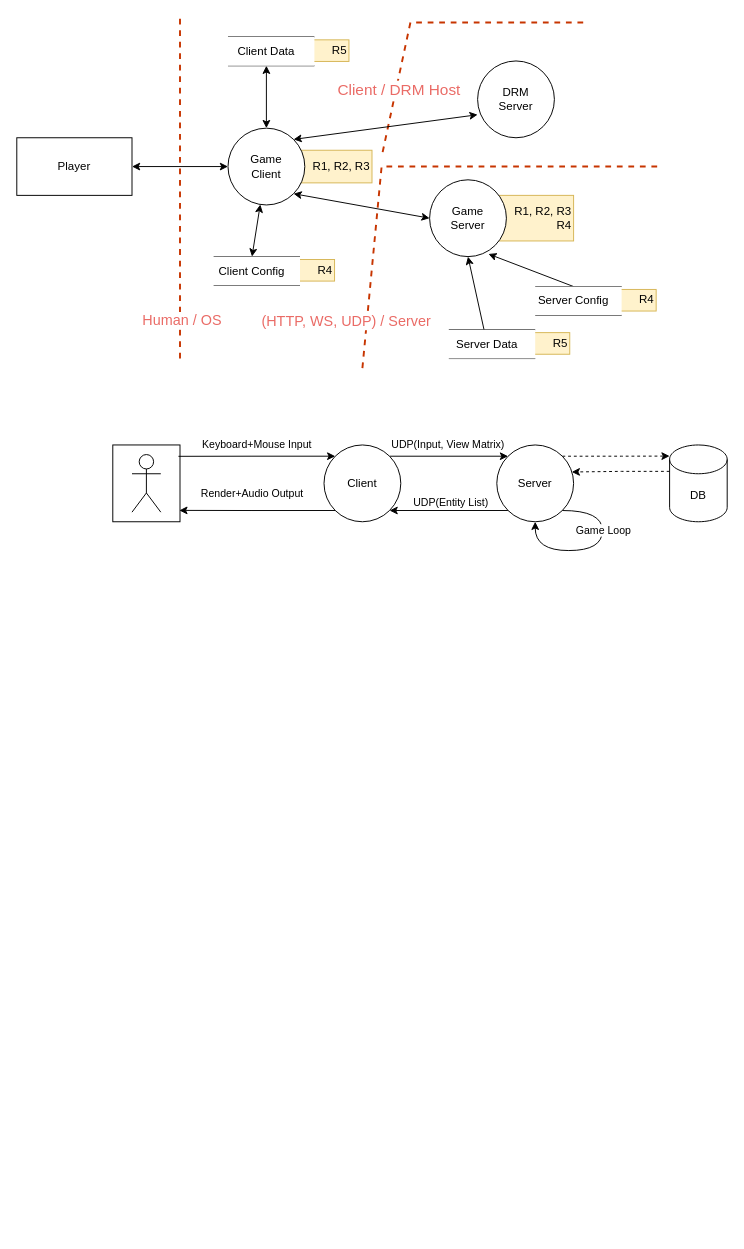
The draw.io diagram fps/diagram.drawio in magley/game-threat-model, before the edit. Source tidied: cells renumbered, new cells numbered last; positions are measured from the earlier drawing's top-left corner, leaving out a move shared by most shapes. Both pictures are drawn from the tidied source at 96%, with x=0, y=0 at pixel (16, 17).
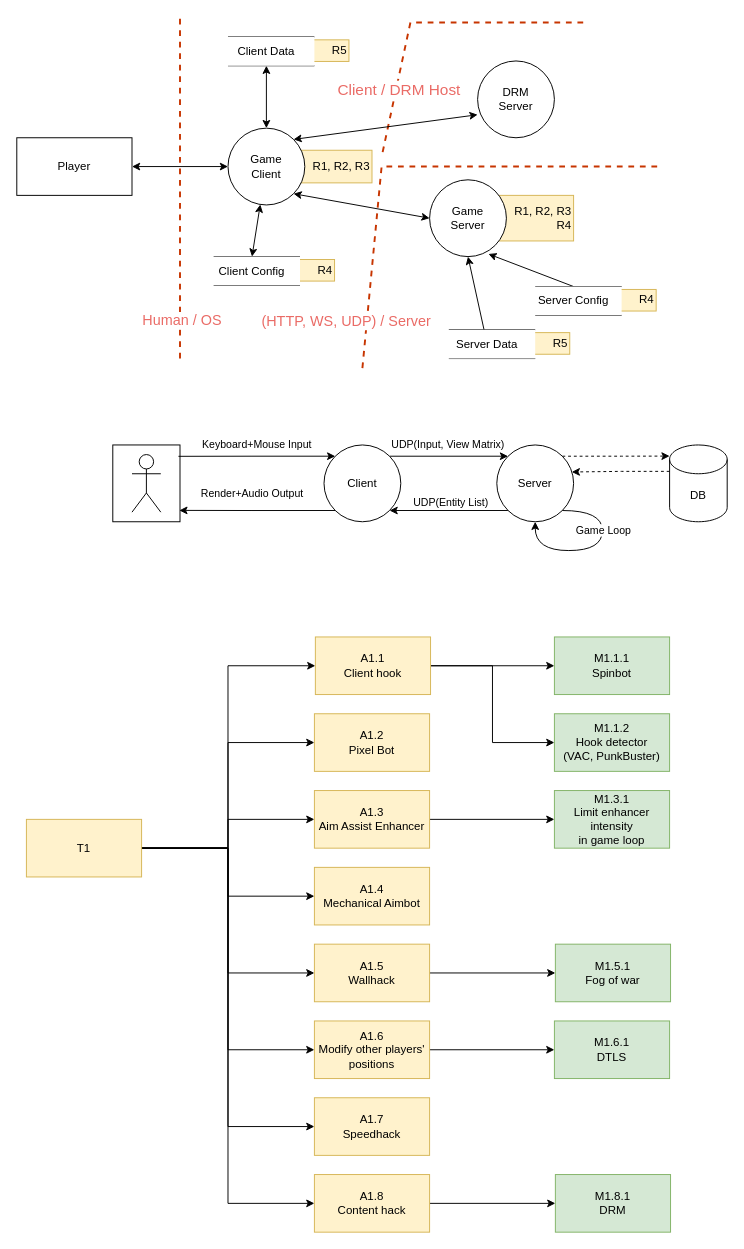
Above is the later version.

Diff of the diagram source:
```diff
@@
+    <mxCell id="54" style="edgeStyle=orthogonalEdgeStyle;rounded=0;jettySize=auto;html=1;entryX=0;entryY=0.5;entryDx=0;entryDy=0;" parent="1" edge="1" source="62" target="67">
+      <mxGeometry relative="1" as="geometry">
+        <Array as="points">
+          <mxPoint x="220" y="865" />
+          <mxPoint x="220" y="675" />
+        </Array>
+      </mxGeometry>
+    </mxCell>
+    <mxCell id="55" style="edgeStyle=orthogonalEdgeStyle;rounded=0;jettySize=auto;html=1;exitX=1;exitY=0.5;exitDx=0;exitDy=0;entryX=0;entryY=0.5;entryDx=0;entryDy=0;" parent="1" edge="1" source="62" target="68">
+      <mxGeometry relative="1" as="geometry" />
+    </mxCell>
+    <mxCell id="56" style="edgeStyle=orthogonalEdgeStyle;rounded=0;jettySize=auto;html=1;exitX=1;exitY=0.5;exitDx=0;exitDy=0;entryX=0;entryY=0.5;entryDx=0;entryDy=0;" parent="1" edge="1" source="62" target="72">
+      <mxGeometry relative="1" as="geometry" />
+    </mxCell>
+    <mxCell id="57" style="edgeStyle=orthogonalEdgeStyle;rounded=0;jettySize=auto;html=1;exitX=1;exitY=0.5;exitDx=0;exitDy=0;entryX=0;entryY=0.5;entryDx=0;entryDy=0;" parent="1" edge="1" source="62" target="73">
+      <mxGeometry relative="1" as="geometry" />
+    </mxCell>
+    <mxCell id="58" style="edgeStyle=orthogonalEdgeStyle;rounded=0;jettySize=auto;html=1;exitX=1;exitY=0.5;exitDx=0;exitDy=0;entryX=0;entryY=0.5;entryDx=0;entryDy=0;" parent="1" edge="1" source="62" target="64">
+      <mxGeometry relative="1" as="geometry" />
+    </mxCell>
+    <mxCell id="59" style="edgeStyle=orthogonalEdgeStyle;rounded=0;jettySize=auto;html=1;exitX=1;exitY=0.5;exitDx=0;exitDy=0;entryX=0;entryY=0.5;entryDx=0;entryDy=0;" parent="1" edge="1" source="62" target="70">
+      <mxGeometry relative="1" as="geometry" />
+    </mxCell>
+    <mxCell id="60" style="edgeStyle=orthogonalEdgeStyle;rounded=0;jettySize=auto;html=1;entryX=0;entryY=0.5;entryDx=0;entryDy=0;" parent="1" edge="1" source="62" target="74">
+      <mxGeometry relative="1" as="geometry" />
+    </mxCell>
+    <mxCell id="61" style="edgeStyle=orthogonalEdgeStyle;rounded=0;jettySize=auto;html=1;exitX=1;exitY=0.5;exitDx=0;exitDy=0;entryX=0;entryY=0.5;entryDx=0;entryDy=0;" parent="1" edge="1" source="62" target="77">
+      <mxGeometry relative="1" as="geometry" />
+    </mxCell>
+    <mxCell id="62" value="T1" style="rounded=0;whiteSpace=wrap;html=1;fillColor=#fff2cc;strokeColor=#d6b656;" parent="1" vertex="1">
+      <mxGeometry x="10" y="835" width="120" height="60" as="geometry" />
+    </mxCell>
+    <mxCell id="63" style="edgeStyle=orthogonalEdgeStyle;rounded=0;jettySize=auto;html=1;exitX=1;exitY=0.5;exitDx=0;exitDy=0;" parent="1" edge="1" source="64" target="79">
+      <mxGeometry relative="1" as="geometry" />
+    </mxCell>
+    <mxCell id="64" value="A1.5&lt;div&gt;Wallhack&lt;/div&gt;" style="rounded=0;whiteSpace=wrap;html=1;fillColor=#fff2cc;strokeColor=#d6b656;" parent="1" vertex="1">
+      <mxGeometry x="310" y="965" width="120" height="60" as="geometry" />
+    </mxCell>
+    <mxCell id="65" style="edgeStyle=orthogonalEdgeStyle;rounded=0;jettySize=auto;html=1;entryX=0;entryY=0.5;entryDx=0;entryDy=0;" parent="1" edge="1" source="67" target="75">
+      <mxGeometry relative="1" as="geometry" />
+    </mxCell>
+    <mxCell id="66" style="edgeStyle=orthogonalEdgeStyle;rounded=0;jettySize=auto;html=1;exitX=1;exitY=0.5;exitDx=0;exitDy=0;entryX=0;entryY=0.5;entryDx=0;entryDy=0;" parent="1" edge="1" source="67" target="78">
+      <mxGeometry relative="1" as="geometry" />
+    </mxCell>
+    <mxCell id="67" value="A1.1&lt;div&gt;Client hook&lt;/div&gt;" style="rounded=0;whiteSpace=wrap;html=1;fillColor=#fff2cc;strokeColor=#d6b656;" parent="1" vertex="1">
+      <mxGeometry x="311" y="645" width="120" height="60" as="geometry" />
+    </mxCell>
+    <mxCell id="68" value="A1.2&lt;div&gt;Pixel Bot&lt;/div&gt;" style="rounded=0;whiteSpace=wrap;html=1;fillColor=#fff2cc;strokeColor=#d6b656;" parent="1" vertex="1">
+      <mxGeometry x="310" y="725" width="120" height="60" as="geometry" />
+    </mxCell>
+    <mxCell id="69" style="edgeStyle=orthogonalEdgeStyle;rounded=0;jettySize=auto;html=1;exitX=1;exitY=0.5;exitDx=0;exitDy=0;entryX=0;entryY=0.5;entryDx=0;entryDy=0;" parent="1" edge="1" source="70" target="82">
+      <mxGeometry relative="1" as="geometry" />
+    </mxCell>
+    <mxCell id="70" value="A1.6&lt;div&gt;Modify other players' positions&lt;/div&gt;" style="rounded=0;whiteSpace=wrap;html=1;fillColor=#fff2cc;strokeColor=#d6b656;" parent="1" vertex="1">
+      <mxGeometry x="310" y="1045" width="120" height="60" as="geometry" />
+    </mxCell>
+    <mxCell id="71" style="edgeStyle=orthogonalEdgeStyle;rounded=0;jettySize=auto;html=1;entryX=0;entryY=0.5;entryDx=0;entryDy=0;" parent="1" edge="1" source="72" target="80">
+      <mxGeometry relative="1" as="geometry" />
+    </mxCell>
+    <mxCell id="72" value="A1.3&lt;div&gt;Aim Assist Enhancer&lt;/div&gt;" style="rounded=0;whiteSpace=wrap;html=1;fillColor=#fff2cc;strokeColor=#d6b656;" parent="1" vertex="1">
+      <mxGeometry x="310" y="805" width="120" height="60" as="geometry" />
+    </mxCell>
+    <mxCell id="73" value="A1.4&lt;div&gt;Mechanical Aimbot&lt;/div&gt;" style="rounded=0;whiteSpace=wrap;html=1;fillColor=#fff2cc;strokeColor=#d6b656;" parent="1" vertex="1">
+      <mxGeometry x="310" y="885" width="120" height="60" as="geometry" />
+    </mxCell>
+    <mxCell id="74" value="A1.7&lt;div&gt;Speedhack&lt;/div&gt;" style="rounded=0;whiteSpace=wrap;html=1;fillColor=#fff2cc;strokeColor=#d6b656;" parent="1" vertex="1">
+      <mxGeometry x="310" y="1125" width="120" height="60" as="geometry" />
+    </mxCell>
+    <mxCell id="75" value="M1.1.1&lt;div&gt;Spinbot&lt;/div&gt;" style="rounded=0;whiteSpace=wrap;html=1;fillColor=#d5e8d4;strokeColor=#82b366;" parent="1" vertex="1">
+      <mxGeometry x="560" y="645" width="120" height="60" as="geometry" />
+    </mxCell>
+    <mxCell id="76" style="edgeStyle=orthogonalEdgeStyle;rounded=0;jettySize=auto;html=1;entryX=0;entryY=0.5;entryDx=0;entryDy=0;" parent="1" edge="1" source="77" target="81">
+      <mxGeometry relative="1" as="geometry" />
+    </mxCell>
+    <mxCell id="77" value="A1.8&lt;div&gt;Content hack&lt;/div&gt;" style="rounded=0;whiteSpace=wrap;html=1;fillColor=#fff2cc;strokeColor=#d6b656;" parent="1" vertex="1">
+      <mxGeometry x="310" y="1205" width="120" height="60" as="geometry" />
+    </mxCell>
+    <mxCell id="78" value="M1.1.2&lt;div&gt;Hook detector&lt;/div&gt;&lt;div&gt;(VAC, PunkBuster)&lt;/div&gt;" style="rounded=0;whiteSpace=wrap;html=1;fillColor=#d5e8d4;strokeColor=#82b366;" parent="1" vertex="1">
+      <mxGeometry x="560" y="725" width="120" height="60" as="geometry" />
+    </mxCell>
+    <mxCell id="79" value="M1.5.1&lt;div&gt;Fog of war&lt;/div&gt;" style="rounded=0;whiteSpace=wrap;html=1;fillColor=#d5e8d4;strokeColor=#82b366;" parent="1" vertex="1">
+      <mxGeometry x="561" y="965" width="120" height="60" as="geometry" />
+    </mxCell>
+    <mxCell id="80" value="M1.3.1&lt;div&gt;Limit enhancer intensity&lt;/div&gt;&lt;div&gt;in game loop&lt;/div&gt;" style="rounded=0;whiteSpace=wrap;html=1;fillColor=#d5e8d4;strokeColor=#82b366;" parent="1" vertex="1">
+      <mxGeometry x="560" y="805" width="120" height="60" as="geometry" />
+    </mxCell>
+    <mxCell id="81" value="M1.8.1&lt;div&gt;DRM&lt;/div&gt;" style="rounded=0;whiteSpace=wrap;html=1;fillColor=#d5e8d4;strokeColor=#82b366;" parent="1" vertex="1">
+      <mxGeometry x="561" y="1205" width="120" height="60" as="geometry" />
+    </mxCell>
+    <mxCell id="82" value="M1.6.1&lt;div&gt;DTLS&lt;/div&gt;" style="rounded=0;whiteSpace=wrap;html=1;fillColor=#d5e8d4;strokeColor=#82b366;" parent="1" vertex="1">
+      <mxGeometry x="560" y="1045" width="120" height="60" as="geometry" />
+    </mxCell>
```
